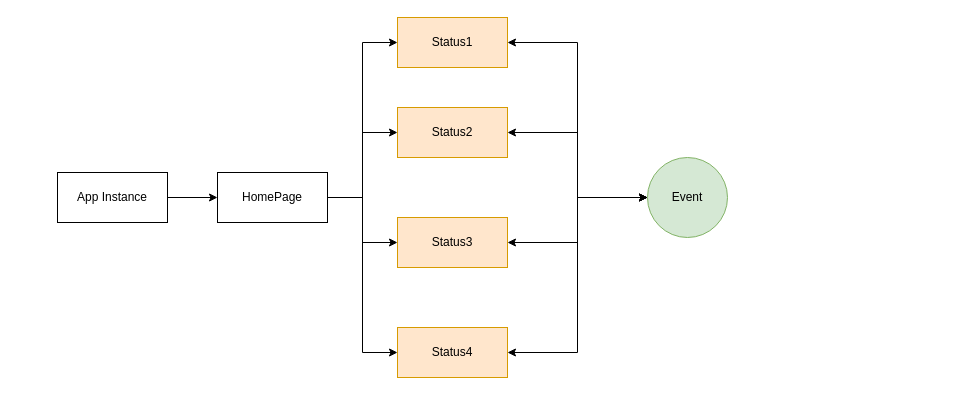
cer-cer/notes keeps this draw.io diagram as page "status" (3 of 4) of 未命名绘图.drawio. Above is the earlier version. Source tidied: cells renumbered, new cells numbered last; positions are measured from the earlier drawing's top-left corner, leaving out a move shared by most shapes. Both pictures are drawn from the tidied source at 100%, with x=0, y=0 at pixel (57, 17).
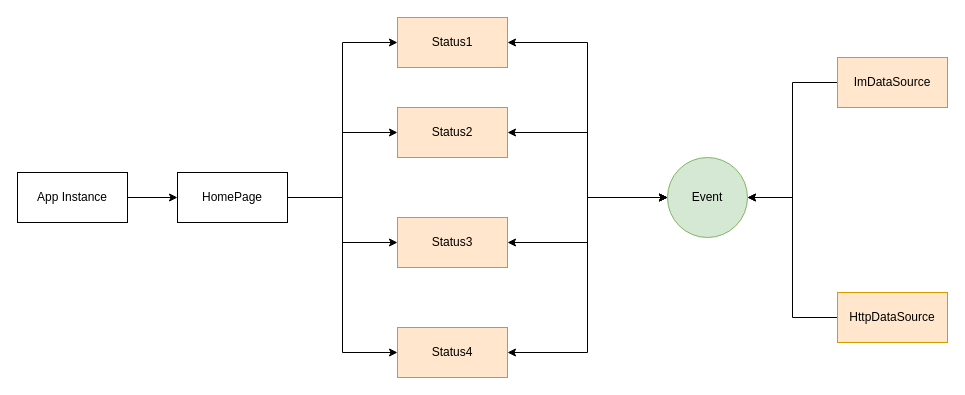
The same diagram, later.

Commit message:
更新未命名绘图.drawio

The edit, as a diff of the source:
```diff
@@
     <mxCell id="3" value="App Instance" style="rounded=0;whiteSpace=wrap;html=1;" parent="1" vertex="1">
-      <mxGeometry y="155" width="110" height="50" as="geometry" />
+      <mxGeometry x="-40" y="155" width="110" height="50" as="geometry" />
     </mxCell>
@@
     <mxCell id="8" value="HomePage" style="rounded=0;whiteSpace=wrap;html=1;" parent="1" vertex="1">
-      <mxGeometry x="160" y="155" width="110" height="50" as="geometry" />
+      <mxGeometry x="120" y="155" width="110" height="50" as="geometry" />
     </mxCell>
@@
     <mxCell id="17" value="Event" style="ellipse;whiteSpace=wrap;html=1;fillColor=#d5e8d4;strokeColor=#82b366;" parent="1" vertex="1">
-      <mxGeometry x="590" y="140" width="80" height="80" as="geometry" />
+      <mxGeometry x="610" y="140" width="80" height="80" as="geometry" />
     </mxCell>
+    <mxCell id="18" style="edgeStyle=orthogonalEdgeStyle;rounded=0;jettySize=auto;html=1;entryX=1;entryY=0.5;entryDx=0;entryDy=0;startArrow=none;startFill=0;endArrow=classic;endFill=1;" parent="1" edge="1" source="19" target="17">
+      <mxGeometry relative="1" as="geometry" />
+    </mxCell>
+    <mxCell id="19" value="HttpDataSource" style="rounded=0;whiteSpace=wrap;html=1;fillColor=#ffe6cc;strokeColor=#d79b00;" parent="1" vertex="1">
+      <mxGeometry x="780" y="275" width="110" height="50" as="geometry" />
+    </mxCell>
+    <mxCell id="20" style="edgeStyle=orthogonalEdgeStyle;rounded=0;jettySize=auto;html=1;entryX=1;entryY=0.5;entryDx=0;entryDy=0;startArrow=none;startFill=0;endArrow=classic;endFill=1;" parent="1" edge="1" source="21" target="17">
+      <mxGeometry relative="1" as="geometry" />
+    </mxCell>
+    <mxCell id="21" value="ImDataSource" style="rounded=0;whiteSpace=wrap;html=1;fillColor=#ffe6cc;strokeColor=#d79b00;" parent="1" vertex="1">
+      <mxGeometry x="780" y="40" width="110" height="50" as="geometry" />
+    </mxCell>
```
